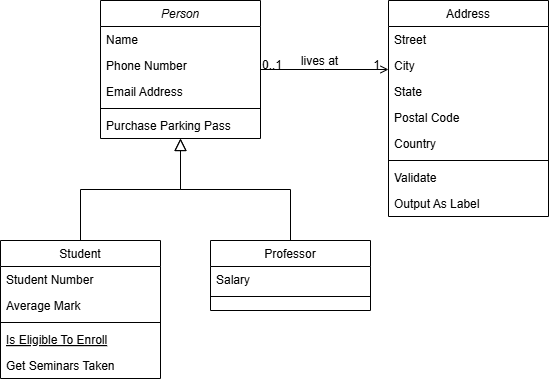
Above: Diagrama sem nome.drawio.png in lorivalmacedo/Projetos-Portfolio (draw.io), before the change. Source tidied: cells renumbered, new cells last; positions are measured from the earlier drawing's top-left corner, leaving out a move shared by most shapes. Its diagram source:
```xml
<mxGraphModel>
  <root>
    <mxCell id="0" />
    <mxCell id="1" parent="0" />
    <mxCell id="2" value="Person" style="swimlane;fontStyle=2;align=center;verticalAlign=top;horizontal=1;startSize=26;rounded=0;shadow=0;strokeWidth=1;" parent="1" vertex="1">
      <mxGeometry x="100" width="160" height="138" as="geometry" />
    </mxCell>
    <mxCell id="3" value="Name" style="text;align=left;verticalAlign=top;spacingLeft=4;spacingRight=4;overflow=hidden;" parent="2" vertex="1">
      <mxGeometry y="26" width="160" height="26" as="geometry" />
    </mxCell>
    <mxCell id="4" value="Phone Number" style="text;align=left;verticalAlign=top;spacingLeft=4;spacingRight=4;overflow=hidden;rounded=0;shadow=0;html=0;" parent="2" vertex="1">
      <mxGeometry y="52" width="160" height="26" as="geometry" />
    </mxCell>
    <mxCell id="5" value="Email Address" style="text;align=left;verticalAlign=top;spacingLeft=4;spacingRight=4;overflow=hidden;rounded=0;shadow=0;html=0;" parent="2" vertex="1">
      <mxGeometry y="78" width="160" height="26" as="geometry" />
    </mxCell>
    <mxCell id="6" style="line;html=1;strokeWidth=1;align=left;verticalAlign=middle;spacingTop=-1;spacingLeft=3;spacingRight=3;labelPosition=right;" parent="2" vertex="1">
      <mxGeometry y="104" width="160" height="8" as="geometry" />
    </mxCell>
    <mxCell id="7" value="Purchase Parking Pass" style="text;align=left;verticalAlign=top;spacingLeft=4;spacingRight=4;overflow=hidden;" parent="2" vertex="1">
      <mxGeometry y="112" width="160" height="26" as="geometry" />
    </mxCell>
    <mxCell id="8" value="Student" style="swimlane;fontStyle=0;align=center;verticalAlign=top;horizontal=1;startSize=26;rounded=0;shadow=0;strokeWidth=1;" parent="1" vertex="1">
      <mxGeometry y="240" width="160" height="138" as="geometry" />
    </mxCell>
    <mxCell id="9" value="Student Number" style="text;align=left;verticalAlign=top;spacingLeft=4;spacingRight=4;overflow=hidden;" parent="8" vertex="1">
      <mxGeometry y="26" width="160" height="26" as="geometry" />
    </mxCell>
    <mxCell id="10" value="Average Mark" style="text;align=left;verticalAlign=top;spacingLeft=4;spacingRight=4;overflow=hidden;rounded=0;shadow=0;html=0;" parent="8" vertex="1">
      <mxGeometry y="52" width="160" height="26" as="geometry" />
    </mxCell>
    <mxCell id="11" style="line;html=1;strokeWidth=1;align=left;verticalAlign=middle;spacingTop=-1;spacingLeft=3;spacingRight=3;labelPosition=right;" parent="8" vertex="1">
      <mxGeometry y="78" width="160" height="8" as="geometry" />
    </mxCell>
    <mxCell id="12" value="Is Eligible To Enroll" style="text;align=left;verticalAlign=top;spacingLeft=4;spacingRight=4;overflow=hidden;fontStyle=4;" parent="8" vertex="1">
      <mxGeometry y="86" width="160" height="26" as="geometry" />
    </mxCell>
    <mxCell id="13" value="Get Seminars Taken" style="text;align=left;verticalAlign=top;spacingLeft=4;spacingRight=4;overflow=hidden;" parent="8" vertex="1">
      <mxGeometry y="112" width="160" height="26" as="geometry" />
    </mxCell>
    <mxCell id="14" style="endArrow=block;endSize=10;endFill=0;shadow=0;strokeWidth=1;rounded=0;curved=0;edgeStyle=elbowEdgeStyle;elbow=vertical;" parent="1" edge="1" source="8" target="2">
      <mxGeometry relative="1" as="geometry" />
    </mxCell>
    <mxCell id="15" value="Professor" style="swimlane;fontStyle=0;align=center;verticalAlign=top;horizontal=1;startSize=26;rounded=0;shadow=0;strokeWidth=1;" parent="1" vertex="1">
      <mxGeometry x="210" y="240" width="160" height="70" as="geometry" />
    </mxCell>
    <mxCell id="16" value="Salary" style="text;align=left;verticalAlign=top;spacingLeft=4;spacingRight=4;overflow=hidden;" parent="15" vertex="1">
      <mxGeometry y="26" width="160" height="26" as="geometry" />
    </mxCell>
    <mxCell id="17" style="line;html=1;strokeWidth=1;align=left;verticalAlign=middle;spacingTop=-1;spacingLeft=3;spacingRight=3;labelPosition=right;" parent="15" vertex="1">
      <mxGeometry y="52" width="160" height="8" as="geometry" />
    </mxCell>
    <mxCell id="18" style="endArrow=block;endSize=10;endFill=0;shadow=0;strokeWidth=1;rounded=0;curved=0;edgeStyle=elbowEdgeStyle;elbow=vertical;" parent="1" edge="1" source="15" target="2">
      <mxGeometry relative="1" as="geometry" />
    </mxCell>
    <mxCell id="19" value="Address" style="swimlane;fontStyle=0;align=center;verticalAlign=top;horizontal=1;startSize=26;rounded=0;shadow=0;strokeWidth=1;" parent="1" vertex="1">
      <mxGeometry x="388" width="160" height="216" as="geometry" />
    </mxCell>
    <mxCell id="20" value="Street" style="text;align=left;verticalAlign=top;spacingLeft=4;spacingRight=4;overflow=hidden;" parent="19" vertex="1">
      <mxGeometry y="26" width="160" height="26" as="geometry" />
    </mxCell>
    <mxCell id="21" value="City" style="text;align=left;verticalAlign=top;spacingLeft=4;spacingRight=4;overflow=hidden;rounded=0;shadow=0;html=0;" parent="19" vertex="1">
      <mxGeometry y="52" width="160" height="26" as="geometry" />
    </mxCell>
    <mxCell id="22" value="State" style="text;align=left;verticalAlign=top;spacingLeft=4;spacingRight=4;overflow=hidden;rounded=0;shadow=0;html=0;" parent="19" vertex="1">
      <mxGeometry y="78" width="160" height="26" as="geometry" />
    </mxCell>
    <mxCell id="23" value="Postal Code" style="text;align=left;verticalAlign=top;spacingLeft=4;spacingRight=4;overflow=hidden;rounded=0;shadow=0;html=0;" parent="19" vertex="1">
      <mxGeometry y="104" width="160" height="26" as="geometry" />
    </mxCell>
    <mxCell id="24" value="Country" style="text;align=left;verticalAlign=top;spacingLeft=4;spacingRight=4;overflow=hidden;rounded=0;shadow=0;html=0;" parent="19" vertex="1">
      <mxGeometry y="130" width="160" height="26" as="geometry" />
    </mxCell>
    <mxCell id="25" style="line;html=1;strokeWidth=1;align=left;verticalAlign=middle;spacingTop=-1;spacingLeft=3;spacingRight=3;labelPosition=right;" parent="19" vertex="1">
      <mxGeometry y="156" width="160" height="8" as="geometry" />
    </mxCell>
    <mxCell id="26" value="Validate" style="text;align=left;verticalAlign=top;spacingLeft=4;spacingRight=4;overflow=hidden;" parent="19" vertex="1">
      <mxGeometry y="164" width="160" height="26" as="geometry" />
    </mxCell>
    <mxCell id="27" value="Output As Label" style="text;align=left;verticalAlign=top;spacingLeft=4;spacingRight=4;overflow=hidden;" parent="19" vertex="1">
      <mxGeometry y="190" width="160" height="26" as="geometry" />
    </mxCell>
    <mxCell id="28" style="endArrow=open;shadow=0;strokeWidth=1;rounded=0;curved=0;endFill=1;edgeStyle=elbowEdgeStyle;elbow=vertical;" parent="1" edge="1" source="2" target="19">
      <mxGeometry x="0.5" y="41" relative="1" as="geometry">
        <mxPoint x="-40" y="32" as="offset" />
      </mxGeometry>
    </mxCell>
    <mxCell id="29" value="0..1" style="align=left;verticalAlign=bottom;labelBackgroundColor=none;fontSize=12;" parent="28" vertex="1">
      <mxGeometry x="-1" relative="1" as="geometry">
        <mxPoint y="4" as="offset" />
      </mxGeometry>
    </mxCell>
    <mxCell id="30" value="1" style="align=right;verticalAlign=bottom;labelBackgroundColor=none;fontSize=12;" parent="28" vertex="1">
      <mxGeometry x="1" relative="1" as="geometry">
        <mxPoint x="-7" y="4" as="offset" />
      </mxGeometry>
    </mxCell>
    <mxCell id="31" value="lives at" style="text;html=1;align=center;verticalAlign=middle;labelBackgroundColor=none;rounded=0;shadow=0;strokeWidth=1;fontSize=12;" parent="28" vertex="1">
      <mxGeometry x="0.5" y="49" relative="1" as="geometry">
        <mxPoint x="-38" y="40" as="offset" />
      </mxGeometry>
    </mxCell>
  </root>
</mxGraphModel>
```
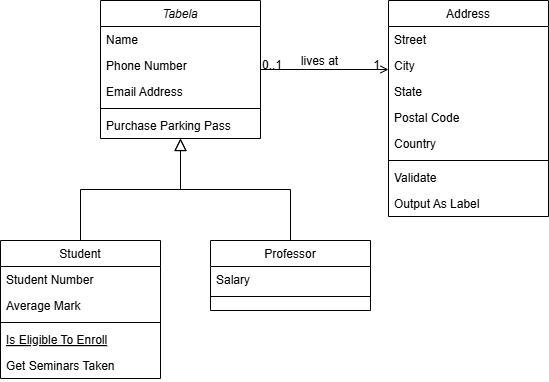
After the commit.

Commit message:
Esquema conceitual para banco de dados.drawio.png

What changed in the source:
```diff
@@ -2,7 +2,7 @@
   <root>
     <mxCell id="0" />
     <mxCell id="1" parent="0" />
-    <mxCell id="2" value="Person" style="swimlane;fontStyle=2;align=center;verticalAlign=top;horizontal=1;startSize=26;rounded=0;shadow=0;strokeWidth=1;" parent="1" vertex="1">
+    <mxCell id="2" value="Tabela" style="swimlane;fontStyle=2;align=center;verticalAlign=top;horizontal=1;startSize=26;rounded=0;shadow=0;strokeWidth=1;" parent="1" vertex="1">
       <mxGeometry x="100" width="160" height="138" as="geometry" />
     </mxCell>
     <mxCell id="3" value="Name" style="text;align=left;verticalAlign=top;spacingLeft=4;spacingRight=4;overflow=hidden;" parent="2" vertex="1">
```
